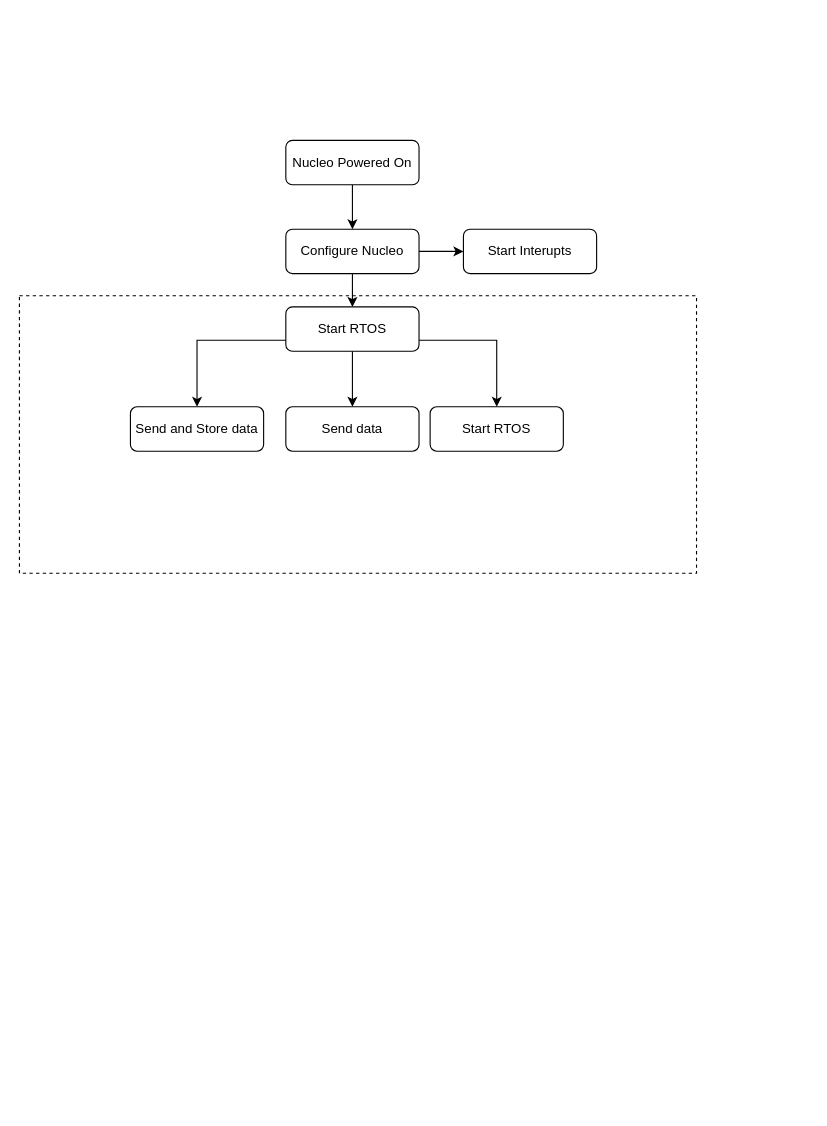
Earlier version of the draw.io diagram page "Storage - High Level" (3 of 3) of Block diagrams/TestBenchFlowChart.drawio (Mojitas/MUST-Autonics). Source tidied: cells renumbered, new cells numbered last; positions are measured from the earlier drawing's top-left corner, leaving out a move shared by most shapes. Both pictures are drawn from the tidied source at 111%, with x=0, y=0 at pixel (19, 140).
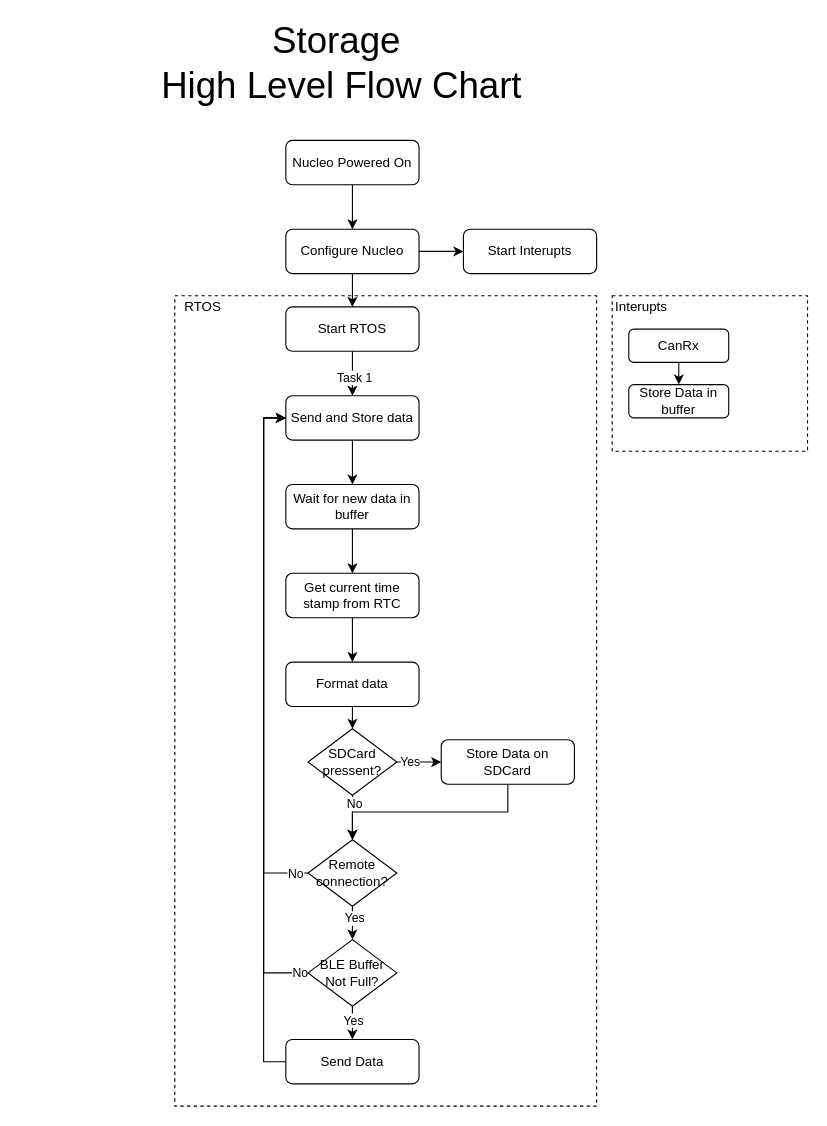
After the change.

The change refers to these unchanged cells:
```xml
<mxCell id="12" value="Start RTOS" style="rounded=1;whiteSpace=wrap;html=1;fontSize=12;glass=0;strokeWidth=1;shadow=0;" parent="1" vertex="1">
  <mxGeometry x="240" y="150" width="120" height="40" as="geometry" />
</mxCell>
```

What changed in the source:
```diff
@@
     <mxCell id="2" style="rounded=0;whiteSpace=wrap;html=1;fillColor=none;dashed=1;" parent="1" vertex="1">
-      <mxGeometry y="140" width="610" height="250" as="geometry" />
+      <mxGeometry x="140" y="140" width="380" height="730" as="geometry" />
     </mxCell>
@@
-    <mxCell id="9" style="edgeStyle=orthogonalEdgeStyle;rounded=0;jettySize=auto;html=1;exitX=0.5;exitY=1;exitDx=0;exitDy=0;entryX=0.5;entryY=0;entryDx=0;entryDy=0;" parent="1" edge="1" source="12" target="13">
-      <mxGeometry relative="1" as="geometry" />
-    </mxCell>
-    <mxCell id="10" style="edgeStyle=orthogonalEdgeStyle;rounded=0;jettySize=auto;html=1;exitX=0;exitY=0.75;exitDx=0;exitDy=0;" parent="1" edge="1" source="12" target="14">
+    <mxCell id="10" style="edgeStyle=orthogonalEdgeStyle;rounded=0;jettySize=auto;html=1;exitX=0.5;exitY=1;exitDx=0;exitDy=0;entryX=0.5;entryY=0;entryDx=0;entryDy=0;" parent="1" edge="1" source="12" target="14">
       <mxGeometry relative="1" as="geometry" />
     </mxCell>
-    <mxCell id="11" style="edgeStyle=orthogonalEdgeStyle;rounded=0;jettySize=auto;html=1;exitX=1;exitY=0.75;exitDx=0;exitDy=0;" parent="1" edge="1" source="12" target="15">
-      <mxGeometry relative="1" as="geometry" />
-    </mxCell>
+    <mxCell id="16" value="Task 1" style="edgeLabel;html=1;align=center;verticalAlign=middle;" parent="10" vertex="1">
+      <mxGeometry x="0.15" y="1" relative="1" as="geometry" />
+    </mxCell>
@@
+    <mxCell id="17" style="edgeStyle=orthogonalEdgeStyle;rounded=0;jettySize=auto;html=1;exitX=0.5;exitY=1;exitDx=0;exitDy=0;entryX=0.5;entryY=0;entryDx=0;entryDy=0;" parent="1" edge="1" source="13" target="22">
+      <mxGeometry relative="1" as="geometry" />
+    </mxCell>
-    <mxCell id="13" value="Send data" style="rounded=1;whiteSpace=wrap;html=1;fontSize=12;glass=0;strokeWidth=1;shadow=0;" parent="1" vertex="1">
-      <mxGeometry x="240" y="240" width="120" height="40" as="geometry" />
+    <mxCell id="13" value="Get current time stamp from RTC" style="rounded=1;whiteSpace=wrap;html=1;fontSize=12;glass=0;strokeWidth=1;shadow=0;" parent="1" vertex="1">
+      <mxGeometry x="240" y="390" width="120" height="40" as="geometry" />
     </mxCell>
+    <mxCell id="18" style="edgeStyle=orthogonalEdgeStyle;rounded=0;jettySize=auto;html=1;exitX=0.5;exitY=1;exitDx=0;exitDy=0;" parent="1" edge="1" source="14" target="20">
+      <mxGeometry relative="1" as="geometry" />
+    </mxCell>
     <mxCell id="14" value="Send and Store data" style="rounded=1;whiteSpace=wrap;html=1;fontSize=12;glass=0;strokeWidth=1;shadow=0;" parent="1" vertex="1">
-      <mxGeometry x="100" y="240" width="120" height="40" as="geometry" />
+      <mxGeometry x="240" y="230" width="120" height="40" as="geometry" />
     </mxCell>
-    <mxCell id="15" value="Start RTOS" style="rounded=1;whiteSpace=wrap;html=1;fontSize=12;glass=0;strokeWidth=1;shadow=0;" parent="1" vertex="1">
-      <mxGeometry x="370" y="240" width="120" height="40" as="geometry" />
-    </mxCell>
+    <mxCell id="19" style="edgeStyle=orthogonalEdgeStyle;rounded=0;jettySize=auto;html=1;exitX=0.5;exitY=1;exitDx=0;exitDy=0;entryX=0.5;entryY=0;entryDx=0;entryDy=0;" parent="1" edge="1" source="20" target="13">
+      <mxGeometry relative="1" as="geometry" />
+    </mxCell>
+    <mxCell id="20" value="Wait for new data in buffer" style="rounded=1;whiteSpace=wrap;html=1;" parent="1" vertex="1">
+      <mxGeometry x="240" y="310" width="120" height="40" as="geometry" />
+    </mxCell>
+    <mxCell id="21" style="edgeStyle=orthogonalEdgeStyle;rounded=0;jettySize=auto;html=1;exitX=0.5;exitY=1;exitDx=0;exitDy=0;entryX=0.5;entryY=0;entryDx=0;entryDy=0;" parent="1" edge="1" source="22" target="27">
+      <mxGeometry relative="1" as="geometry" />
+    </mxCell>
+    <mxCell id="22" value="Format data" style="rounded=1;whiteSpace=wrap;html=1;fontSize=12;glass=0;strokeWidth=1;shadow=0;" parent="1" vertex="1">
+      <mxGeometry x="240" y="470" width="120" height="40" as="geometry" />
+    </mxCell>
+    <mxCell id="23" style="edgeStyle=orthogonalEdgeStyle;rounded=0;jettySize=auto;html=1;exitX=0.5;exitY=1;exitDx=0;exitDy=0;" parent="1" edge="1" source="27" target="32">
+      <mxGeometry relative="1" as="geometry" />
+    </mxCell>
+    <mxCell id="24" value="No" style="edgeLabel;html=1;align=center;verticalAlign=middle;" parent="23" vertex="1">
+      <mxGeometry x="-0.65" y="1" relative="1" as="geometry" />
+    </mxCell>
+    <mxCell id="25" style="edgeStyle=orthogonalEdgeStyle;rounded=0;jettySize=auto;html=1;exitX=1;exitY=0.5;exitDx=0;exitDy=0;entryX=0;entryY=0.5;entryDx=0;entryDy=0;" parent="1" edge="1" source="27" target="34">
+      <mxGeometry relative="1" as="geometry" />
+    </mxCell>
+    <mxCell id="26" value="Yes" style="edgeLabel;html=1;align=center;verticalAlign=middle;" parent="25" vertex="1">
+      <mxGeometry x="-0.43" y="1" relative="1" as="geometry" />
+    </mxCell>
+    <mxCell id="27" value="SDCard pressent?" style="rhombus;whiteSpace=wrap;html=1;" parent="1" vertex="1">
+      <mxGeometry x="260" y="530" width="80" height="60" as="geometry" />
+    </mxCell>
+    <mxCell id="28" style="edgeStyle=orthogonalEdgeStyle;rounded=0;jettySize=auto;html=1;exitX=0.5;exitY=1;exitDx=0;exitDy=0;entryX=0.5;entryY=0;entryDx=0;entryDy=0;" parent="1" edge="1" source="32" target="39">
+      <mxGeometry relative="1" as="geometry" />
+    </mxCell>
+    <mxCell id="29" value="Yes" style="edgeLabel;html=1;align=center;verticalAlign=middle;" parent="28" vertex="1">
+      <mxGeometry x="-0.32" y="1" relative="1" as="geometry" />
+    </mxCell>
+    <mxCell id="30" style="edgeStyle=orthogonalEdgeStyle;rounded=0;jettySize=auto;html=1;exitX=0;exitY=0.5;exitDx=0;exitDy=0;entryX=0;entryY=0.5;entryDx=0;entryDy=0;" parent="1" edge="1" source="32" target="14">
+      <mxGeometry relative="1" as="geometry" />
+    </mxCell>
+    <mxCell id="31" value="No" style="edgeLabel;html=1;align=center;verticalAlign=middle;" parent="30" vertex="1">
+      <mxGeometry x="-0.95" relative="1" as="geometry" />
+    </mxCell>
+    <mxCell id="32" value="Remote connection?" style="rhombus;whiteSpace=wrap;html=1;" parent="1" vertex="1">
+      <mxGeometry x="260" y="630" width="80" height="60" as="geometry" />
+    </mxCell>
+    <mxCell id="33" style="edgeStyle=orthogonalEdgeStyle;rounded=0;jettySize=auto;html=1;exitX=0.5;exitY=1;exitDx=0;exitDy=0;entryX=0.5;entryY=0;entryDx=0;entryDy=0;" parent="1" edge="1" source="34" target="32">
+      <mxGeometry relative="1" as="geometry" />
+    </mxCell>
+    <mxCell id="34" value="Store Data on SDCard" style="rounded=1;whiteSpace=wrap;html=1;fontSize=12;glass=0;strokeWidth=1;shadow=0;" parent="1" vertex="1">
+      <mxGeometry x="380" y="540" width="120" height="40" as="geometry" />
+    </mxCell>
+    <mxCell id="35" style="edgeStyle=orthogonalEdgeStyle;rounded=0;jettySize=auto;html=1;exitX=0.5;exitY=1;exitDx=0;exitDy=0;entryX=0.5;entryY=0;entryDx=0;entryDy=0;" parent="1" edge="1" source="39" target="41">
+      <mxGeometry relative="1" as="geometry" />
+    </mxCell>
+    <mxCell id="36" value="Yes" style="edgeLabel;html=1;align=center;verticalAlign=middle;" parent="35" vertex="1">
+      <mxGeometry x="-0.19" relative="1" as="geometry" />
+    </mxCell>
+    <mxCell id="37" style="edgeStyle=orthogonalEdgeStyle;rounded=0;jettySize=auto;html=1;exitX=0;exitY=0.5;exitDx=0;exitDy=0;entryX=0;entryY=0.5;entryDx=0;entryDy=0;" parent="1" edge="1" source="39" target="14">
+      <mxGeometry relative="1" as="geometry" />
+    </mxCell>
+    <mxCell id="38" value="No" style="edgeLabel;html=1;align=center;verticalAlign=middle;" parent="37" vertex="1">
+      <mxGeometry x="-0.97" y="-1" relative="1" as="geometry" />
+    </mxCell>
+    <mxCell id="39" value="BLE Buffer Not Full?" style="rhombus;whiteSpace=wrap;html=1;" parent="1" vertex="1">
+      <mxGeometry x="260" y="720" width="80" height="60" as="geometry" />
+    </mxCell>
+    <mxCell id="40" style="edgeStyle=orthogonalEdgeStyle;rounded=0;jettySize=auto;html=1;exitX=0;exitY=0.5;exitDx=0;exitDy=0;entryX=0;entryY=0.5;entryDx=0;entryDy=0;" parent="1" edge="1" source="41" target="14">
+      <mxGeometry relative="1" as="geometry" />
+    </mxCell>
+    <mxCell id="41" value="Send Data" style="rounded=1;whiteSpace=wrap;html=1;fontSize=12;glass=0;strokeWidth=1;shadow=0;" parent="1" vertex="1">
+      <mxGeometry x="240" y="810" width="120" height="40" as="geometry" />
+    </mxCell>
+    <mxCell id="42" value="RTOS" style="text;html=1;align=center;verticalAlign=middle;" parent="1" vertex="1">
+      <mxGeometry x="140" y="140" width="50" height="20" as="geometry" />
+    </mxCell>
+    <mxCell id="43" style="rounded=0;whiteSpace=wrap;html=1;fillColor=none;dashed=1;" parent="1" vertex="1">
+      <mxGeometry x="534" y="140" width="176" height="140" as="geometry" />
+    </mxCell>
+    <mxCell id="44" value="Interupts" style="text;html=1;align=center;verticalAlign=middle;" parent="1" vertex="1">
+      <mxGeometry x="530" y="140" width="60" height="20" as="geometry" />
+    </mxCell>
+    <mxCell id="45" style="edgeStyle=orthogonalEdgeStyle;rounded=0;jettySize=auto;html=1;exitX=0.5;exitY=1;exitDx=0;exitDy=0;entryX=0.5;entryY=0;entryDx=0;entryDy=0;" parent="1" edge="1" source="46" target="47">
+      <mxGeometry relative="1" as="geometry" />
+    </mxCell>
+    <mxCell id="46" value="CanRx" style="rounded=1;whiteSpace=wrap;html=1;fontSize=12;glass=0;strokeWidth=1;shadow=0;" parent="1" vertex="1">
+      <mxGeometry x="549" y="170" width="90" height="30" as="geometry" />
+    </mxCell>
+    <mxCell id="47" value="Store Data in buffer" style="rounded=1;whiteSpace=wrap;html=1;fontSize=12;glass=0;strokeWidth=1;shadow=0;" parent="1" vertex="1">
+      <mxGeometry x="549" y="220" width="90" height="30" as="geometry" />
+    </mxCell>
+    <mxCell id="48" value="&lt;font style=&quot;font-size: 33px&quot;&gt;Storage&amp;nbsp;&lt;br&gt;High Level Flow Chart&lt;br&gt;&lt;/font&gt;" style="text;html=1;align=center;verticalAlign=middle;" parent="1" vertex="1">
+      <mxGeometry x="120" y="-95" width="340" height="50" as="geometry" />
+    </mxCell>
```
